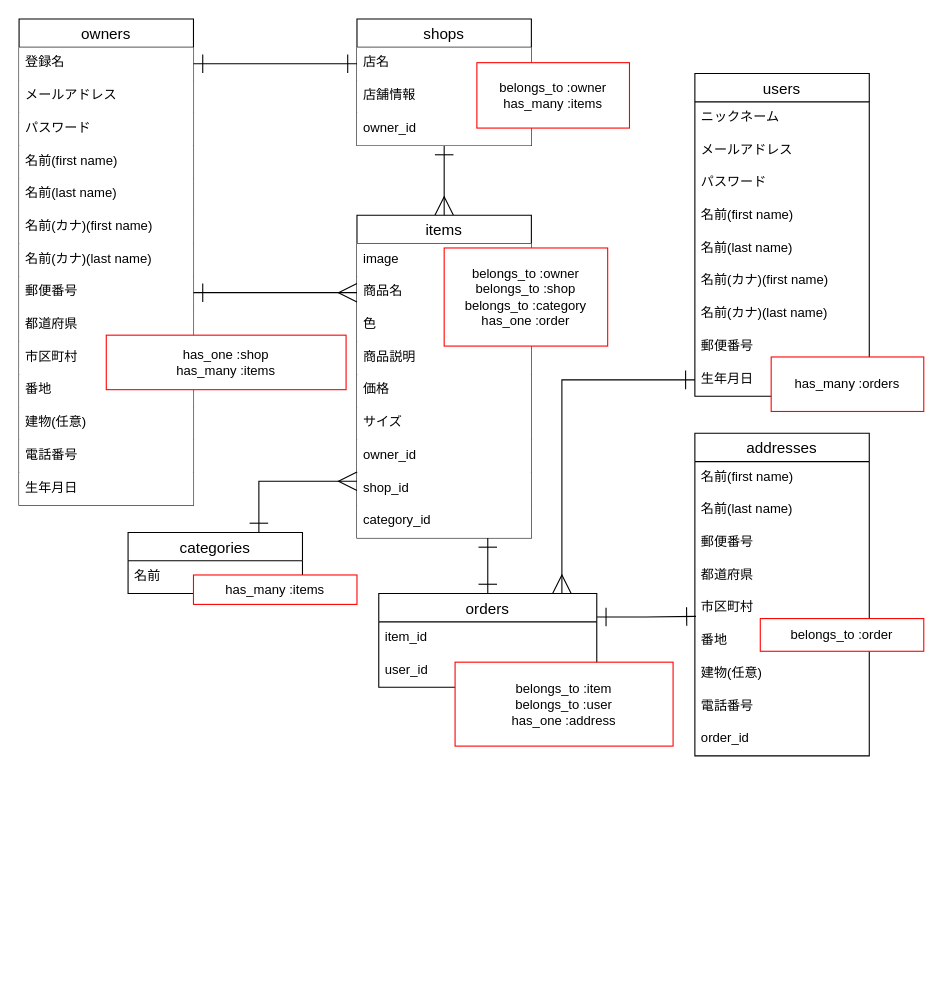
Before: ER.dio in Maikoala/kagu-app-31943, a draw.io diagram. Source tidied: cells renumbered, new cells numbered last; positions are measured from the earlier drawing's top-left corner, leaving out a move shared by most shapes. Both pictures are drawn from the tidied source at 109%, with x=0, y=0 at pixel (19, 19).
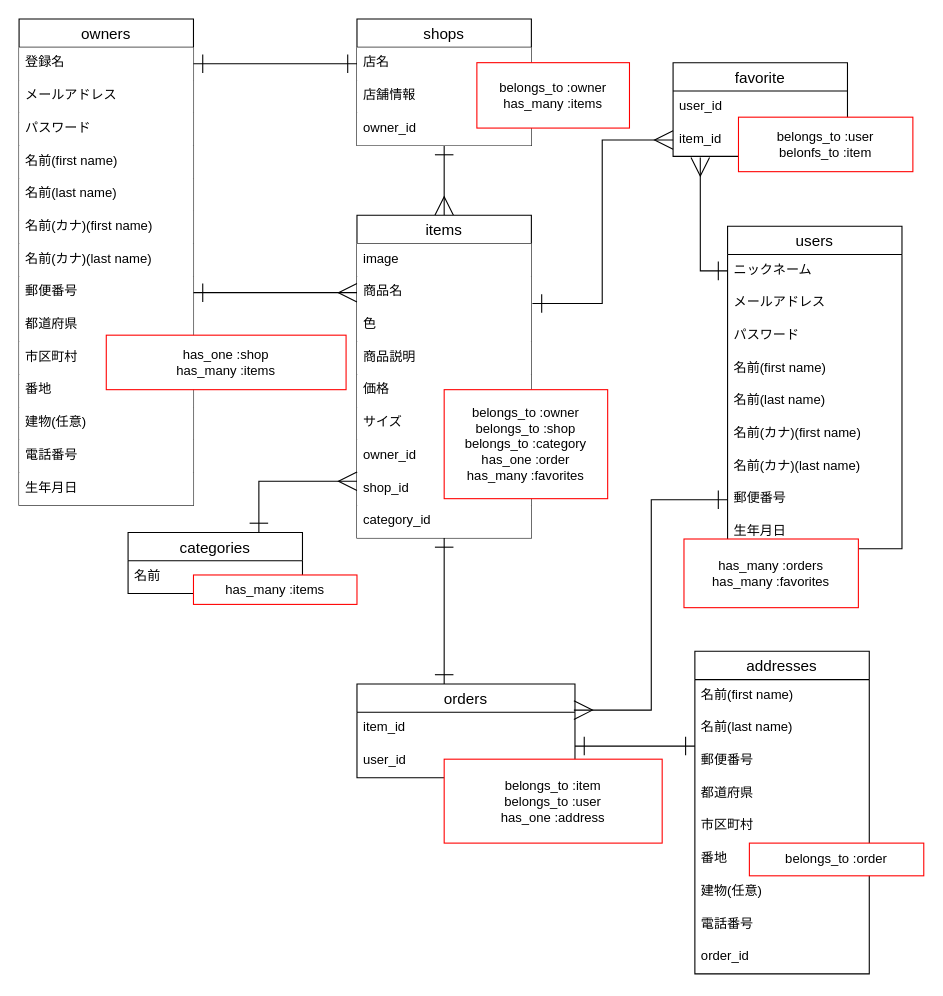
After the change.

The change refers to these unchanged cells:
```xml
<mxCell id="23" value="items" style="swimlane;fontStyle=0;horizontal=1;startSize=26;align=center;fontSize=14;fontColor=#000000;labelBackgroundColor=#FFFFFF;strokeColor=#000000;fillColor=#FFFFFF;" parent="1" vertex="1">
  <mxGeometry x="310" y="180" width="160" height="296" as="geometry" />
</mxCell>
<mxCell id="25" value="商品名" style="text;spacingLeft=4;spacingRight=4;overflow=hidden;points=[[0,0.5],[1,0.5]];portConstraint=eastwest;fontSize=12;fontColor=#000000;labelBackgroundColor=#FFFFFF;fillColor=#FFFFFF;" parent="23" vertex="1">
  <mxGeometry y="56" width="160" height="30" as="geometry" />
</mxCell>
<mxCell id="37" value="ニックネーム" style="text;strokeColor=none;fillColor=none;spacingLeft=4;spacingRight=4;overflow=hidden;points=[[0,0.5],[1,0.5]];portConstraint=eastwest;fontSize=12;fontColor=#000000;" parent="36" vertex="1">
  <mxGeometry y="26" width="160" height="30" as="geometry" />
</mxCell>
<mxCell id="44" value="郵便番号" style="text;strokeColor=none;fillColor=none;spacingLeft=4;spacingRight=4;overflow=hidden;points=[[0,0.5],[1,0.5]];portConstraint=eastwest;fontSize=12;fontColor=#000000;" parent="36" vertex="1">
  <mxGeometry y="236" width="160" height="30" as="geometry" />
</mxCell>
<mxCell id="45" value="生年月日" style="text;strokeColor=none;fillColor=none;spacingLeft=4;spacingRight=4;overflow=hidden;points=[[0,0.5],[1,0.5]];portConstraint=eastwest;fontSize=12;fontColor=#000000;" parent="36" vertex="1">
  <mxGeometry y="266" width="160" height="30" as="geometry" />
</mxCell>
<mxCell id="48" value="item_id" style="text;strokeColor=none;fillColor=none;spacingLeft=4;spacingRight=4;overflow=hidden;points=[[0,0.5],[1,0.5]];portConstraint=eastwest;fontSize=12;fontColor=#000000;" parent="47" vertex="1">
  <mxGeometry y="26" width="200" height="30" as="geometry" />
</mxCell>
<mxCell id="55" value="市区町村" style="text;strokeColor=none;fillColor=none;spacingLeft=4;spacingRight=4;overflow=hidden;points=[[0,0.5],[1,0.5]];portConstraint=eastwest;fontSize=12;fontColor=#000000;" parent="50" vertex="1">
  <mxGeometry y="146" width="160" height="30" as="geometry" />
</mxCell>
```

What changed in the source:
```diff
@@
-    <mxCell id="22" style="edgeStyle=orthogonalEdgeStyle;rounded=0;jettySize=auto;html=1;exitX=0.75;exitY=1;exitDx=0;exitDy=0;entryX=0.5;entryY=0;entryDx=0;entryDy=0;strokeColor=#000000;startArrow=ERone;startFill=0;endArrow=ERone;endFill=0;endSize=15;startSize=15;" parent="1" edge="1" source="23" target="47">
+    <mxCell id="22" style="edgeStyle=orthogonalEdgeStyle;rounded=0;jettySize=auto;html=1;exitX=0.5;exitY=1;exitDx=0;exitDy=0;entryX=0.4;entryY=0;entryDx=0;entryDy=0;entryPerimeter=0;startArrow=ERone;startFill=0;startSize=15;endArrow=ERone;endFill=0;endSize=15;strokeColor=#000000;" parent="1" edge="1" source="23" target="47">
       <mxGeometry relative="1" as="geometry" />
     </mxCell>
@@
     <mxCell id="36" value="users" style="swimlane;fontStyle=0;horizontal=1;startSize=26;align=center;fontSize=14;fillColor=#FFFFFF;fontColor=#000000;strokeColor=#000000;" parent="1" vertex="1">
-      <mxGeometry x="620" y="50" width="160" height="296" as="geometry" />
+      <mxGeometry x="650" y="190" width="160" height="296" as="geometry" />
     </mxCell>
@@
-    <mxCell id="46" style="edgeStyle=orthogonalEdgeStyle;rounded=0;jettySize=auto;html=1;exitX=1;exitY=0.25;exitDx=0;exitDy=0;entryX=0.006;entryY=0.733;entryDx=0;entryDy=0;entryPerimeter=0;startArrow=ERone;startFill=0;startSize=15;sourcePerimeterSpacing=0;endArrow=ERone;endFill=0;endSize=15;strokeColor=#000000;" parent="1" edge="1" source="47" target="55">
-      <mxGeometry relative="1" as="geometry" />
-    </mxCell>
     <mxCell id="47" value="orders" style="swimlane;fontStyle=0;horizontal=1;startSize=26;align=center;fontSize=14;fillColor=#FFFFFF;fontColor=#000000;strokeColor=#000000;" parent="1" vertex="1">
-      <mxGeometry x="330" y="527" width="200" height="86" as="geometry" />
+      <mxGeometry x="310" y="610" width="200" height="86" as="geometry" />
     </mxCell>
@@
     <mxCell id="50" value="addresses" style="swimlane;fontStyle=0;horizontal=1;startSize=26;align=center;fontSize=14;fillColor=#FFFFFF;fontColor=#000000;strokeColor=#000000;" parent="1" vertex="1">
-      <mxGeometry x="620" y="380" width="160" height="296" as="geometry" />
+      <mxGeometry x="620" y="580" width="160" height="296" as="geometry" />
     </mxCell>
@@
-    <mxCell id="62" value="belongs_to :owner&lt;br&gt;belongs_to :shop&lt;br&gt;belongs_to :category&lt;br&gt;has_one :order" style="whiteSpace=wrap;html=1;align=center;strokeColor=#FF0000;strokeWidth=1;fillColor=#FFFFFF;fontColor=#000000;" parent="1" vertex="1">
-      <mxGeometry x="390" y="210" width="150" height="90" as="geometry" />
+    <mxCell id="62" value="belongs_to :owner&lt;br&gt;belongs_to :shop&lt;br&gt;belongs_to :category&lt;br&gt;has_one :order&lt;br&gt;has_many :favorites" style="whiteSpace=wrap;html=1;align=center;strokeColor=#FF0000;strokeWidth=1;fillColor=#FFFFFF;fontColor=#000000;" parent="1" vertex="1">
+      <mxGeometry x="390" y="340" width="150" height="100" as="geometry" />
     </mxCell>
@@
-    <mxCell id="64" value="belongs_to :order" style="whiteSpace=wrap;html=1;align=center;strokeColor=#FF0000;strokeWidth=1;fillColor=#FFFFFF;fontColor=#000000;" parent="1" vertex="1">
-      <mxGeometry x="680" y="550" width="150" height="30" as="geometry" />
-    </mxCell>
@@
+    <mxCell id="68" value="belongs_to :item&lt;br&gt;belongs_to :user&lt;br&gt;has_one :address" style="whiteSpace=wrap;html=1;align=center;strokeColor=#FF0000;strokeWidth=1;fillColor=#FFFFFF;fontColor=#000000;" parent="1" vertex="1">
+      <mxGeometry x="390" y="679" width="200" height="77" as="geometry" />
+    </mxCell>
+    <mxCell id="70" style="edgeStyle=orthogonalEdgeStyle;rounded=0;jettySize=auto;html=1;exitX=0;exitY=0.5;exitDx=0;exitDy=0;entryX=0.995;entryY=-0.067;entryDx=0;entryDy=0;entryPerimeter=0;startArrow=ERone;startFill=0;startSize=15;endArrow=ERmany;endFill=0;endSize=15;strokeColor=#000000;" parent="1" edge="1" source="44" target="48">
+      <mxGeometry relative="1" as="geometry" />
+    </mxCell>
+    <mxCell id="71" style="edgeStyle=orthogonalEdgeStyle;rounded=0;orthogonalLoop=1;jettySize=auto;html=1;exitX=0;exitY=0.5;exitDx=0;exitDy=0;entryX=1;entryY=0.5;entryDx=0;entryDy=0;startArrow=ERone;startFill=0;startSize=15;endArrow=ERone;endFill=0;endSize=15;strokeColor=#000000;" parent="1" edge="1">
+      <mxGeometry relative="1" as="geometry">
+        <mxPoint x="620" y="667" as="sourcePoint" />
+        <mxPoint x="510" y="667" as="targetPoint" />
+      </mxGeometry>
+    </mxCell>
-    <mxCell id="67" value="has_many :orders" style="whiteSpace=wrap;html=1;align=center;strokeColor=#FF0000;strokeWidth=1;fillColor=#FFFFFF;fontColor=#000000;" parent="1" vertex="1">
-      <mxGeometry x="690" y="310" width="140" height="50" as="geometry" />
+    <mxCell id="67" value="has_many :orders&lt;br&gt;has_many :favorites" style="whiteSpace=wrap;html=1;align=center;strokeColor=#FF0000;strokeWidth=1;fillColor=#FFFFFF;fontColor=#000000;" parent="1" vertex="1">
+      <mxGeometry x="610" y="477" width="160" height="63" as="geometry" />
     </mxCell>
-    <mxCell id="68" value="belongs_to :item&lt;br&gt;belongs_to :user&lt;br&gt;has_one :address" style="whiteSpace=wrap;html=1;align=center;strokeColor=#FF0000;strokeWidth=1;fillColor=#FFFFFF;fontColor=#000000;" parent="1" vertex="1">
-      <mxGeometry x="400" y="590" width="200" height="77" as="geometry" />
-    </mxCell>
-    <mxCell id="69" style="edgeStyle=orthogonalEdgeStyle;rounded=0;jettySize=auto;html=1;exitX=0;exitY=0.5;exitDx=0;exitDy=0;entryX=0.84;entryY=0;entryDx=0;entryDy=0;entryPerimeter=0;startArrow=ERone;startFill=0;startSize=15;endArrow=ERmany;endFill=0;endSize=15;strokeColor=#000000;" parent="1" edge="1" source="45" target="47">
-      <mxGeometry relative="1" as="geometry">
-        <Array as="points">
-          <mxPoint x="498" y="331" />
-        </Array>
-      </mxGeometry>
-    </mxCell>
+    <mxCell id="72" value="favorite" style="swimlane;fontStyle=0;horizontal=1;startSize=26;align=center;fontSize=14;fillColor=none;fontColor=#000000;swimlaneFillColor=none;strokeColor=#000000;" parent="1" vertex="1">
+      <mxGeometry x="600" y="40" width="160" height="86" as="geometry" />
+    </mxCell>
+    <mxCell id="73" value="user_id" style="text;strokeColor=none;fillColor=none;spacingLeft=4;spacingRight=4;overflow=hidden;fontSize=12;fontColor=#000000;" parent="72" vertex="1">
+      <mxGeometry y="26" width="160" height="30" as="geometry" />
+    </mxCell>
+    <mxCell id="74" value="item_id" style="text;strokeColor=none;fillColor=none;spacingLeft=4;spacingRight=4;overflow=hidden;points=[[0,0.5],[1,0.5]];portConstraint=eastwest;fontSize=12;fontColor=#000000;" parent="72" vertex="1">
+      <mxGeometry y="56" width="160" height="30" as="geometry" />
+    </mxCell>
+    <mxCell id="75" style="edgeStyle=orthogonalEdgeStyle;rounded=0;jettySize=auto;html=1;exitX=0;exitY=0.5;exitDx=0;exitDy=0;entryX=0.156;entryY=1.033;entryDx=0;entryDy=0;entryPerimeter=0;startArrow=ERone;startFill=0;startSize=15;endArrow=ERmany;endFill=0;endSize=15;strokeColor=#000000;fontColor=#000000;" parent="1" edge="1" source="37" target="74">
+      <mxGeometry relative="1" as="geometry">
+        <Array as="points">
+          <mxPoint x="625" y="231" />
+        </Array>
+      </mxGeometry>
+    </mxCell>
+    <mxCell id="76" style="edgeStyle=orthogonalEdgeStyle;rounded=0;jettySize=auto;html=1;exitX=0;exitY=0.5;exitDx=0;exitDy=0;entryX=1.006;entryY=0.833;entryDx=0;entryDy=0;entryPerimeter=0;startArrow=ERmany;startFill=0;startSize=15;endArrow=ERone;endFill=0;endSize=15;strokeColor=#000000;fontColor=#000000;" parent="1" edge="1" source="74" target="25">
+      <mxGeometry relative="1" as="geometry" />
+    </mxCell>
+    <mxCell id="77" value="belongs_to :user&lt;br&gt;belonfs_to :item" style="whiteSpace=wrap;html=1;align=center;strokeColor=#FF0000;strokeWidth=1;fillColor=#FFFFFF;fontColor=#000000;" parent="1" vertex="1">
+      <mxGeometry x="660" y="90" width="160" height="50" as="geometry" />
+    </mxCell>
+    <mxCell id="64" value="belongs_to :order" style="whiteSpace=wrap;html=1;align=center;strokeColor=#FF0000;strokeWidth=1;fillColor=#FFFFFF;fontColor=#000000;" parent="1" vertex="1">
+      <mxGeometry x="670" y="756" width="160" height="30" as="geometry" />
+    </mxCell>
```
